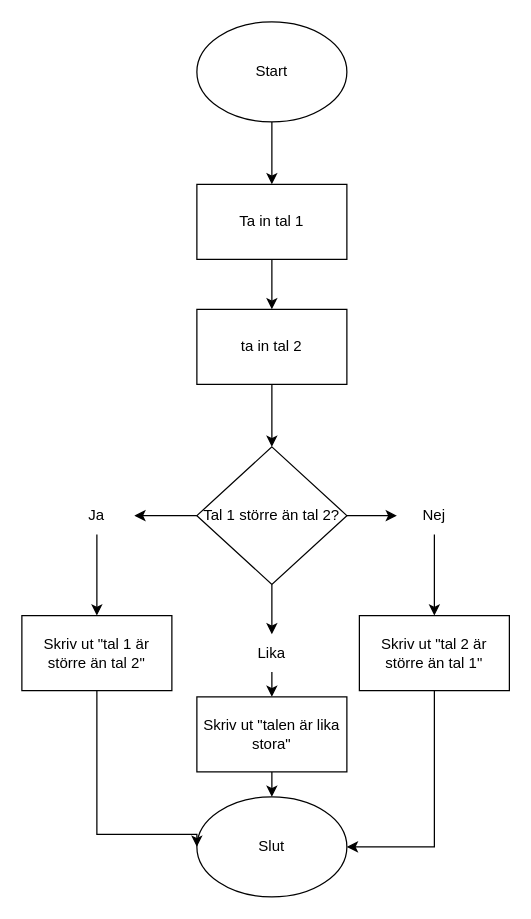
Earlier version of the draw.io diagram Uppg 2.drawio (TE22A-Haukebo-Meo/Pseudo-Uppg-2). Source tidied: cells renumbered, new cells numbered last; positions are measured from the earlier drawing's top-left corner, leaving out a move shared by most shapes. Both pictures are drawn from the tidied source at 125%, with x=0, y=0 at pixel (21, 21).
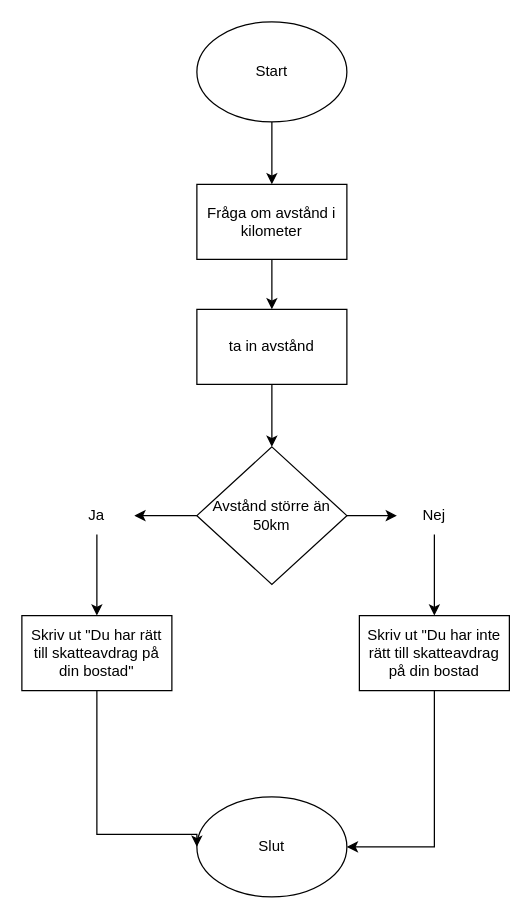
Above is the later version.

Commit message:
Uppg d klar

The change refers to these unchanged cells:
```xml
<mxCell id="8" value="Slut" style="ellipse;whiteSpace=wrap;html=1;" parent="1" vertex="1">
  <mxGeometry x="140" y="620" width="120" height="80" as="geometry" />
</mxCell>
```

Change to the diagram source:
```diff
@@
-    <mxCell id="5" value="Ta in tal 1" style="rounded=0;whiteSpace=wrap;html=1;" parent="1" vertex="1">
+    <mxCell id="5" value="Fråga om avstånd i kilometer" style="rounded=0;whiteSpace=wrap;html=1;" parent="1" vertex="1">
       <mxGeometry x="140" y="130" width="120" height="60" as="geometry" />
     </mxCell>
@@
-    <mxCell id="7" value="ta in tal 2" style="rounded=0;whiteSpace=wrap;html=1;" parent="1" vertex="1">
+    <mxCell id="7" value="ta in avstånd" style="rounded=0;whiteSpace=wrap;html=1;" parent="1" vertex="1">
       <mxGeometry x="140" y="230" width="120" height="60" as="geometry" />
     </mxCell>
@@
-    <mxCell id="10" style="edgeStyle=orthogonalEdgeStyle;rounded=0;jettySize=auto;html=1;" parent="1" edge="1" source="12" target="18">
-      <mxGeometry relative="1" as="geometry" />
-    </mxCell>
@@
-    <mxCell id="12" value="Tal 1 större än tal 2?" style="rhombus;whiteSpace=wrap;html=1;" parent="1" vertex="1">
+    <mxCell id="12" value="Avstånd större än 50km" style="rhombus;whiteSpace=wrap;html=1;" parent="1" vertex="1">
       <mxGeometry x="140" y="340" width="120" height="110" as="geometry" />
     </mxCell>
@@
-    <mxCell id="17" style="edgeStyle=orthogonalEdgeStyle;rounded=0;jettySize=auto;html=1;exitX=0.5;exitY=1;exitDx=0;exitDy=0;entryX=0.5;entryY=0;entryDx=0;entryDy=0;" parent="1" edge="1" source="18" target="24">
-      <mxGeometry relative="1" as="geometry" />
-    </mxCell>
-    <mxCell id="18" value="Lika" style="text;html=1;strokeColor=none;fillColor=none;align=center;verticalAlign=middle;whiteSpace=wrap;rounded=0;" parent="1" vertex="1">
-      <mxGeometry x="170" y="490" width="60" height="30" as="geometry" />
-    </mxCell>
@@
-    <mxCell id="20" value="Skriv ut &quot;tal 1 är större än tal 2&quot;" style="whiteSpace=wrap;html=1;" parent="1" vertex="1">
+    <mxCell id="20" value="Skriv ut &quot;Du har rätt till skatteavdrag på din bostad&quot;" style="whiteSpace=wrap;html=1;" parent="1" vertex="1">
       <mxGeometry y="475" width="120" height="60" as="geometry" />
     </mxCell>
@@
-    <mxCell id="22" value="Skriv ut &quot;tal 2 är större än tal 1&quot;" style="whiteSpace=wrap;html=1;" parent="1" vertex="1">
+    <mxCell id="22" value="Skriv ut &quot;Du har inte rätt till skatteavdrag på din bostad" style="whiteSpace=wrap;html=1;" parent="1" vertex="1">
       <mxGeometry x="270" y="475" width="120" height="60" as="geometry" />
     </mxCell>
-    <mxCell id="23" style="edgeStyle=orthogonalEdgeStyle;rounded=0;jettySize=auto;html=1;exitX=0.5;exitY=1;exitDx=0;exitDy=0;entryX=0.5;entryY=0;entryDx=0;entryDy=0;" parent="1" edge="1" source="24" target="8">
-      <mxGeometry relative="1" as="geometry" />
-    </mxCell>
-    <mxCell id="24" value="Skriv ut &quot;talen är lika stora&quot;" style="rounded=0;whiteSpace=wrap;html=1;" parent="1" vertex="1">
-      <mxGeometry x="140" y="540" width="120" height="60" as="geometry" />
-    </mxCell>
```
